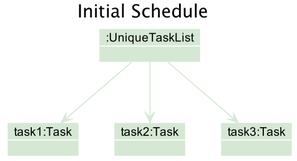
petrickjerico/tp keeps this PlantUML diagram as docs/images/EditCommandClassDiagram0.png. Above is the earlier version. Source of this version:
```plantuml
@startuml

!include style.puml
skinparam arrowThickness 1.1
skinparam arrowColor MODEL_COLOR
skinparam classBackgroundColor MODEL_COLOR
skinparam objectBackgroundColor MODEL_COLOR

Title Initial Schedule

Object ":UniqueTaskList" as UniqueTaskList
Object "task1:Task" as task1
Object "task2:Task" as task2
Object "task3:Task" as task3


UniqueTaskList --> task1
UniqueTaskList --> task2
UniqueTaskList --> task3


@enduml
```
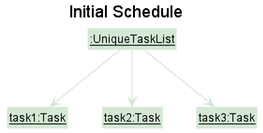
The same file after the commit.

Commit message:
Update task object diagrams

The edit, as a diff of the source:
```diff
@@ -8,10 +8,10 @@
 
 Title Initial Schedule
 
-Object ":UniqueTaskList" as UniqueTaskList
-Object "task1:Task" as task1
-Object "task2:Task" as task2
-Object "task3:Task" as task3
+Class "__:UniqueTaskList__" as UniqueTaskList
+Class "__task1:Task__" as task1
+Class "__task2:Task__" as task2
+Class "__task3:Task__" as task3
 
 
 UniqueTaskList --> task1
```
